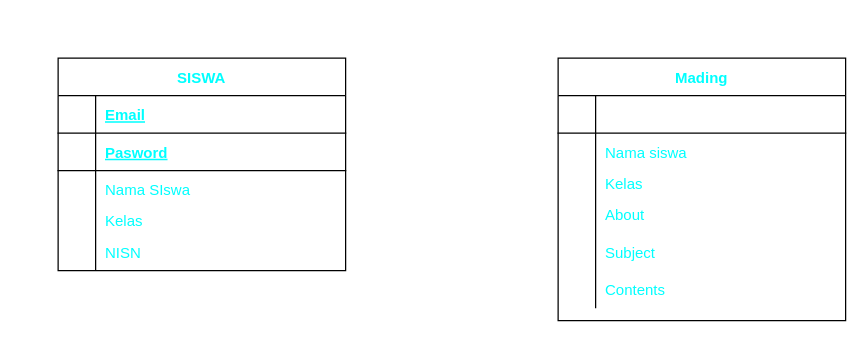
alzenacheiryl/project-website-osis keeps this draw.io diagram as Untitled Diagram.drawio. Above is the earlier version. Source tidied: cells renumbered, new cells numbered last; positions are measured from the earlier drawing's top-left corner, leaving out a move shared by most shapes. Both pictures are drawn from the tidied source at 125%, with x=0, y=0 at pixel (58, 58).
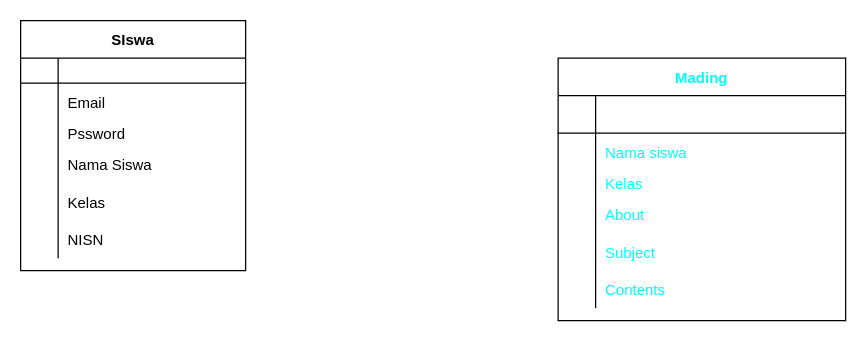
Above is the later version.

Commit message:
edit table siswa

Diff of the diagram source:
```diff
@@
-    <mxCell id="2" value="SISWA" style="shape=table;startSize=30;childLayout=tableLayout;rowLines=0;fontStyle=1;align=center;fontColor=#00FFFF;" parent="1" vertex="1">
-      <mxGeometry width="230" height="170" as="geometry" />
-    </mxCell>
-    <mxCell id="3" style="shape=partialRectangle;fillColor=none;top=0;left=0;bottom=1;right=0;" parent="2" vertex="1">
-      <mxGeometry y="30" width="230" height="30" as="geometry" />
-    </mxCell>
-    <mxCell id="4" style="shape=partialRectangle;fillColor=none;top=0;left=0;bottom=0;right=0;fontStyle=1;overflow=hidden;fontColor=#00FFFF;" parent="3" vertex="1">
-      <mxGeometry width="30" height="30" as="geometry" />
-    </mxCell>
+    <mxCell id="37" value="SIswa" style="shape=table;startSize=30;childLayout=tableLayout;rowLines=0;fontStyle=1;align=center;" parent="1" vertex="1">
+      <mxGeometry x="-30" y="-30" width="180" height="200" as="geometry" />
+    </mxCell>
+    <mxCell id="38" style="shape=partialRectangle;fillColor=none;top=0;left=0;bottom=1;right=0;" parent="37" vertex="1">
+      <mxGeometry y="30" width="180" height="20" as="geometry" />
+    </mxCell>
+    <mxCell id="39" style="shape=partialRectangle;fillColor=none;top=0;left=0;bottom=0;right=0;fontStyle=1;overflow=hidden;" parent="38" vertex="1">
+      <mxGeometry width="30" height="20" as="geometry" />
+    </mxCell>
+    <mxCell id="40" style="shape=partialRectangle;fillColor=none;top=0;left=0;bottom=0;right=0;align=left;spacingLeft=6;fontStyle=5;overflow=hidden;" parent="38" vertex="1">
+      <mxGeometry x="30" width="150" height="20" as="geometry" />
+    </mxCell>
+    <mxCell id="41" style="shape=partialRectangle;fillColor=none;top=0;left=0;bottom=0;right=0;" parent="37" vertex="1">
+      <mxGeometry y="50" width="180" height="30" as="geometry" />
+    </mxCell>
+    <mxCell id="42" style="shape=partialRectangle;fillColor=none;top=0;left=0;bottom=0;right=0;overflow=hidden;" parent="41" vertex="1">
+      <mxGeometry width="30" height="30" as="geometry" />
+    </mxCell>
-    <mxCell id="5" value="Email" style="shape=partialRectangle;fillColor=none;top=0;left=0;bottom=0;right=0;align=left;spacingLeft=6;fontStyle=5;overflow=hidden;fontColor=#00FFFF;" parent="3" vertex="1">
-      <mxGeometry x="30" width="200" height="30" as="geometry" />
+    <mxCell id="5" value="Email" style="shape=partialRectangle;fillColor=none;top=0;left=0;bottom=0;right=0;align=left;spacingLeft=6;overflow=hidden;" parent="41" vertex="1">
+      <mxGeometry x="30" width="150" height="30" as="geometry" />
     </mxCell>
-    <mxCell id="6" style="shape=partialRectangle;fillColor=none;top=0;left=0;bottom=1;right=0;" parent="2" vertex="1">
-      <mxGeometry y="60" width="230" height="30" as="geometry" />
-    </mxCell>
-    <mxCell id="7" style="shape=partialRectangle;fillColor=none;top=0;left=0;bottom=0;right=0;fontStyle=1;overflow=hidden;fontColor=#00FFFF;" parent="6" vertex="1">
-      <mxGeometry width="30" height="30" as="geometry" />
-    </mxCell>
-    <mxCell id="8" value="Pasword" style="shape=partialRectangle;fillColor=none;top=0;left=0;bottom=0;right=0;align=left;spacingLeft=6;fontStyle=5;overflow=hidden;fontColor=#00FFFF;" parent="6" vertex="1">
-      <mxGeometry x="30" width="200" height="30" as="geometry" />
-    </mxCell>
-    <mxCell id="9" style="shape=partialRectangle;fillColor=none;top=0;left=0;bottom=0;right=0;" parent="2" vertex="1">
-      <mxGeometry y="90" width="230" height="30" as="geometry" />
-    </mxCell>
-    <mxCell id="10" style="shape=partialRectangle;fillColor=none;top=0;left=0;bottom=0;right=0;overflow=hidden;" parent="9" vertex="1">
-      <mxGeometry width="30" height="30" as="geometry" />
-    </mxCell>
-    <mxCell id="11" value="Nama SIswa" style="shape=partialRectangle;fillColor=none;top=0;left=0;bottom=0;right=0;align=left;spacingLeft=6;overflow=hidden;fontColor=#00FFFF;" parent="9" vertex="1">
-      <mxGeometry x="30" width="200" height="30" as="geometry" />
-    </mxCell>
-    <mxCell id="12" style="shape=partialRectangle;fillColor=none;top=0;left=0;bottom=0;right=0;" parent="2" vertex="1">
-      <mxGeometry y="120" width="230" height="20" as="geometry" />
-    </mxCell>
+    <mxCell id="43" style="shape=partialRectangle;fillColor=none;top=0;left=0;bottom=0;right=0;" parent="37" vertex="1">
+      <mxGeometry y="80" width="180" height="20" as="geometry" />
+    </mxCell>
-    <mxCell id="13" style="shape=partialRectangle;fillColor=none;top=0;left=0;bottom=0;right=0;overflow=hidden;" parent="12" vertex="1">
+    <mxCell id="13" style="shape=partialRectangle;fillColor=none;top=0;left=0;bottom=0;right=0;overflow=hidden;" parent="43" vertex="1">
       <mxGeometry width="30" height="20" as="geometry" />
     </mxCell>
+    <mxCell id="44" value="Pssword" style="shape=partialRectangle;fillColor=none;top=0;left=0;bottom=0;right=0;align=left;spacingLeft=6;overflow=hidden;" parent="43" vertex="1">
+      <mxGeometry x="30" width="150" height="20" as="geometry" />
+    </mxCell>
+    <mxCell id="45" style="shape=partialRectangle;fillColor=none;top=0;left=0;bottom=0;right=0;" parent="37" vertex="1">
+      <mxGeometry y="100" width="180" height="30" as="geometry" />
+    </mxCell>
+    <mxCell id="46" style="shape=partialRectangle;fillColor=none;top=0;left=0;bottom=0;right=0;overflow=hidden;" parent="45" vertex="1">
+      <mxGeometry width="30" height="30" as="geometry" />
+    </mxCell>
+    <mxCell id="47" value="Nama Siswa" style="shape=partialRectangle;fillColor=none;top=0;left=0;bottom=0;right=0;align=left;spacingLeft=6;overflow=hidden;" parent="45" vertex="1">
+      <mxGeometry x="30" width="150" height="30" as="geometry" />
+    </mxCell>
+    <mxCell id="48" style="shape=partialRectangle;fillColor=none;top=0;left=0;bottom=0;right=0;" parent="37" vertex="1">
+      <mxGeometry y="130" width="180" height="30" as="geometry" />
+    </mxCell>
+    <mxCell id="49" style="shape=partialRectangle;fillColor=none;top=0;left=0;bottom=0;right=0;overflow=hidden;" parent="48" vertex="1">
+      <mxGeometry width="30" height="30" as="geometry" />
+    </mxCell>
-    <mxCell id="14" value="Kelas" style="shape=partialRectangle;fillColor=none;top=0;left=0;bottom=0;right=0;align=left;spacingLeft=6;overflow=hidden;fontColor=#00FFFF;" parent="12" vertex="1">
-      <mxGeometry x="30" width="200" height="20" as="geometry" />
+    <mxCell id="14" value="Kelas" style="shape=partialRectangle;fillColor=none;top=0;left=0;bottom=0;right=0;align=left;spacingLeft=6;overflow=hidden;" parent="48" vertex="1">
+      <mxGeometry x="30" width="150" height="30" as="geometry" />
     </mxCell>
-    <mxCell id="15" style="shape=partialRectangle;fillColor=none;top=0;left=0;bottom=0;right=0;" parent="2" vertex="1">
-      <mxGeometry y="140" width="230" height="30" as="geometry" />
-    </mxCell>
-    <mxCell id="16" style="shape=partialRectangle;fillColor=none;top=0;left=0;bottom=0;right=0;overflow=hidden;" parent="15" vertex="1">
-      <mxGeometry width="30" height="30" as="geometry" />
-    </mxCell>
+    <mxCell id="50" style="shape=partialRectangle;fillColor=none;top=0;left=0;bottom=0;right=0;" parent="37" vertex="1">
+      <mxGeometry y="160" width="180" height="30" as="geometry" />
+    </mxCell>
+    <mxCell id="51" style="shape=partialRectangle;fillColor=none;top=0;left=0;bottom=0;right=0;overflow=hidden;" parent="50" vertex="1">
+      <mxGeometry width="30" height="30" as="geometry" />
+    </mxCell>
-    <mxCell id="17" value="NISN" style="shape=partialRectangle;fillColor=none;top=0;left=0;bottom=0;right=0;align=left;spacingLeft=6;overflow=hidden;fontColor=#00FFFF;" parent="15" vertex="1">
-      <mxGeometry x="30" width="200" height="30" as="geometry" />
+    <mxCell id="17" value="NISN" style="shape=partialRectangle;fillColor=none;top=0;left=0;bottom=0;right=0;align=left;spacingLeft=6;overflow=hidden;" parent="50" vertex="1">
+      <mxGeometry x="30" width="150" height="30" as="geometry" />
     </mxCell>
```
